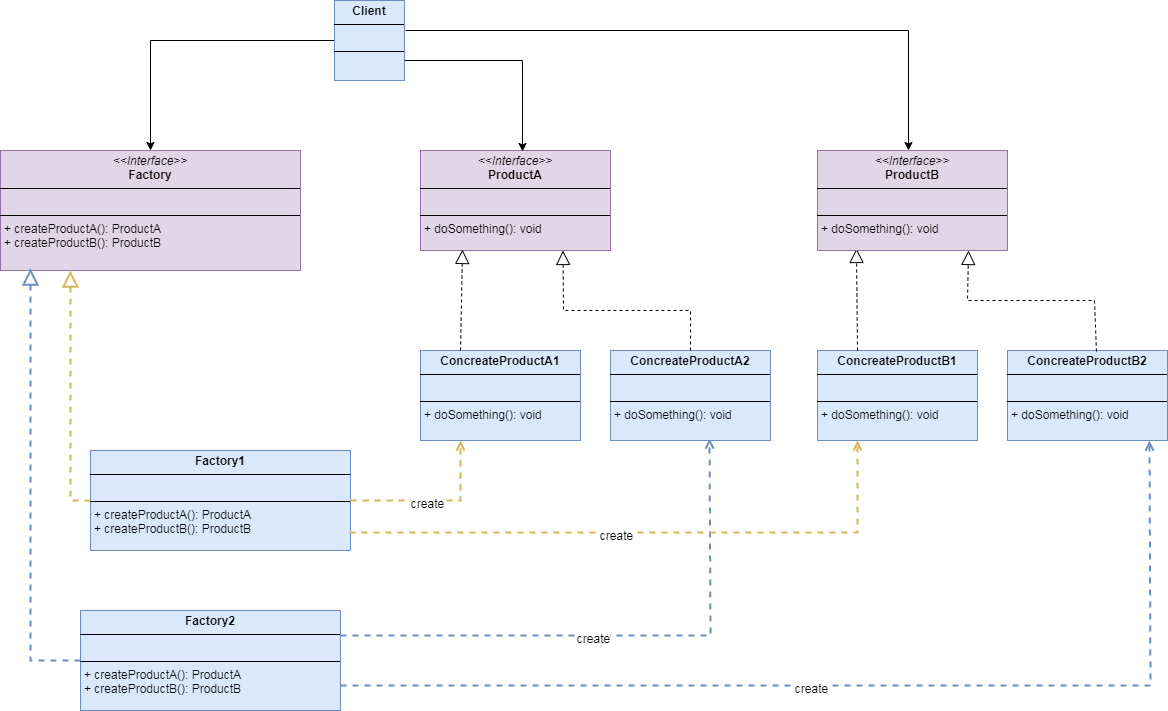
sustamp/sustamp.github.io keeps this draw.io diagram as assets/pictures/design-patterns/Pattern-Abstract-Factory.drawio.png. Above is the earlier version. Source tidied: cells renumbered, new cells last; positions are measured from the earlier drawing's top-left corner, leaving out a move shared by most shapes.
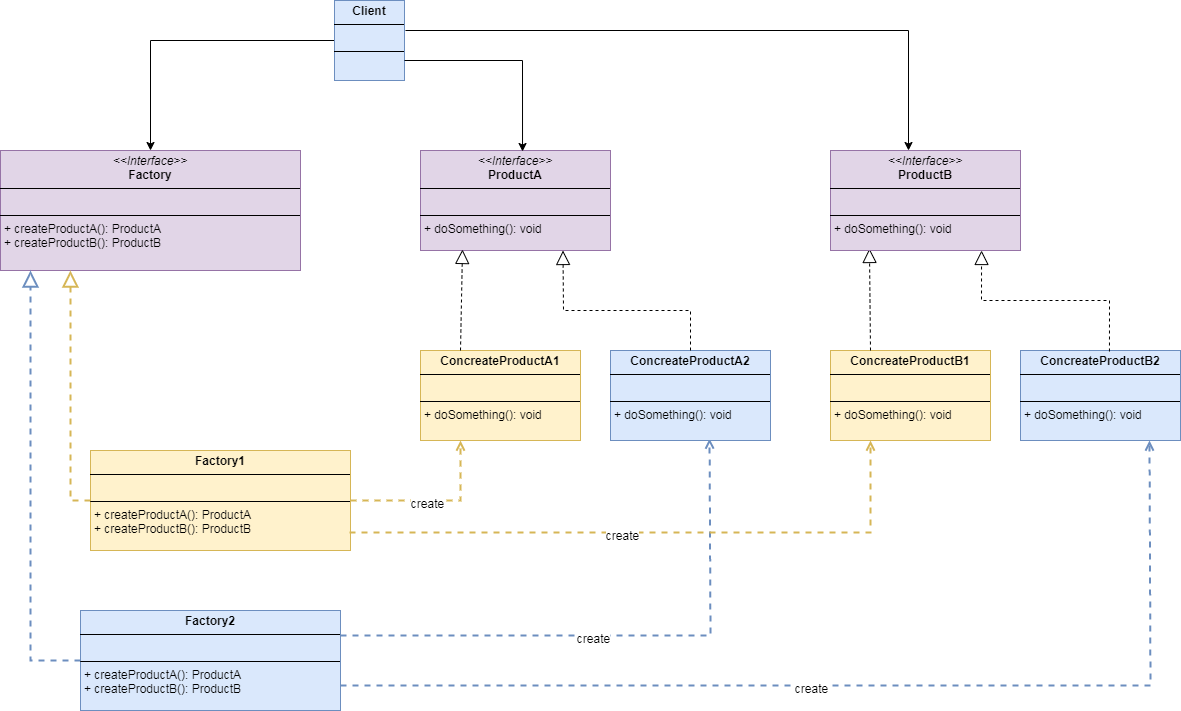
Above is the later version.

Commit message:
上传设计模式类图

Change to the diagram source:
```diff
@@ -5,16 +5,16 @@
     <mxCell id="2" value="&lt;p style=&quot;margin:0px;margin-top:4px;text-align:center;&quot;&gt;&lt;i&gt;&amp;lt;&amp;lt;Interface&amp;gt;&amp;gt;&lt;/i&gt;&lt;br&gt;&lt;b&gt;ProductA&lt;/b&gt;&lt;/p&gt;&lt;hr size=&quot;1&quot; style=&quot;border-style:solid;&quot;&gt;&lt;p style=&quot;margin:0px;margin-left:4px;&quot;&gt;&lt;br&gt;&lt;/p&gt;&lt;hr size=&quot;1&quot; style=&quot;border-style:solid;&quot;&gt;&lt;p style=&quot;margin:0px;margin-left:4px;&quot;&gt;+ doSomething(): void&lt;br&gt;&lt;/p&gt;" style="verticalAlign=top;align=left;overflow=fill;html=1;whiteSpace=wrap;fillColor=#e1d5e7;strokeColor=#9673a6;" parent="1" vertex="1">
       <mxGeometry x="420" y="150" width="190" height="100" as="geometry" />
     </mxCell>
-    <mxCell id="3" value="&lt;p style=&quot;margin:0px;margin-top:4px;text-align:center;&quot;&gt;&lt;b&gt;ConcreateProductA1&lt;/b&gt;&lt;br&gt;&lt;/p&gt;&lt;hr size=&quot;1&quot; style=&quot;border-style:solid;&quot;&gt;&lt;p style=&quot;margin:0px;margin-left:4px;&quot;&gt;&lt;br&gt;&lt;/p&gt;&lt;hr size=&quot;1&quot; style=&quot;border-style:solid;&quot;&gt;&lt;p style=&quot;margin: 0px 0px 0px 4px;&quot;&gt;&lt;span style=&quot;background-color: initial;&quot;&gt;+ doSomething(): void&lt;/span&gt;&lt;br&gt;&lt;/p&gt;" style="verticalAlign=top;align=left;overflow=fill;html=1;whiteSpace=wrap;fillColor=#dae8fc;strokeColor=#6c8ebf;" parent="1" vertex="1">
+    <mxCell id="3" value="&lt;p style=&quot;margin:0px;margin-top:4px;text-align:center;&quot;&gt;&lt;b&gt;ConcreateProductA1&lt;/b&gt;&lt;br&gt;&lt;/p&gt;&lt;hr size=&quot;1&quot; style=&quot;border-style:solid;&quot;&gt;&lt;p style=&quot;margin:0px;margin-left:4px;&quot;&gt;&lt;br&gt;&lt;/p&gt;&lt;hr size=&quot;1&quot; style=&quot;border-style:solid;&quot;&gt;&lt;p style=&quot;margin: 0px 0px 0px 4px;&quot;&gt;&lt;span style=&quot;background-color: initial;&quot;&gt;+ doSomething(): void&lt;/span&gt;&lt;br&gt;&lt;/p&gt;" style="verticalAlign=top;align=left;overflow=fill;html=1;whiteSpace=wrap;fillColor=#fff2cc;strokeColor=#d6b656;" parent="1" vertex="1">
       <mxGeometry x="420" y="350" width="160" height="90" as="geometry" />
     </mxCell>
-    <mxCell id="4" value="&lt;p style=&quot;margin: 4px 0px 0px; text-align: center;&quot;&gt;&lt;b&gt;ConcreateProductB1&lt;/b&gt;&lt;/p&gt;&lt;hr size=&quot;1&quot; style=&quot;border-style:solid;&quot;&gt;&lt;p style=&quot;margin:0px;margin-left:4px;&quot;&gt;&lt;br&gt;&lt;/p&gt;&lt;hr size=&quot;1&quot; style=&quot;border-style:solid;&quot;&gt;&lt;p style=&quot;margin:0px;margin-left:4px;&quot;&gt;+ doSomething(): void&lt;br&gt;&lt;/p&gt;" style="verticalAlign=top;align=left;overflow=fill;html=1;whiteSpace=wrap;fillColor=#dae8fc;strokeColor=#6c8ebf;" parent="1" vertex="1">
-      <mxGeometry x="817" y="350" width="160" height="90" as="geometry" />
+    <mxCell id="4" value="&lt;p style=&quot;margin: 4px 0px 0px; text-align: center;&quot;&gt;&lt;b&gt;ConcreateProductB1&lt;/b&gt;&lt;/p&gt;&lt;hr size=&quot;1&quot; style=&quot;border-style:solid;&quot;&gt;&lt;p style=&quot;margin:0px;margin-left:4px;&quot;&gt;&lt;br&gt;&lt;/p&gt;&lt;hr size=&quot;1&quot; style=&quot;border-style:solid;&quot;&gt;&lt;p style=&quot;margin:0px;margin-left:4px;&quot;&gt;+ doSomething(): void&lt;br&gt;&lt;/p&gt;" style="verticalAlign=top;align=left;overflow=fill;html=1;whiteSpace=wrap;fillColor=#fff2cc;strokeColor=#d6b656;" parent="1" vertex="1">
+      <mxGeometry x="830" y="350" width="160" height="90" as="geometry" />
     </mxCell>
     <mxCell id="5" style="endArrow=block;dashed=1;endFill=0;endSize=12;html=1;rounded=0;entryX=0.221;entryY=0.99;entryDx=0;entryDy=0;exitX=0.25;exitY=0;exitDx=0;exitDy=0;strokeWidth=1;entryPerimeter=0;" parent="1" edge="1" source="3" target="2">
       <mxGeometry relative="1" as="geometry" />
     </mxCell>
-    <mxCell id="6" value="&lt;p style=&quot;margin: 4px 0px 0px; text-align: center;&quot;&gt;&lt;b&gt;Factory1&lt;/b&gt;&lt;/p&gt;&lt;hr size=&quot;1&quot; style=&quot;border-style:solid;&quot;&gt;&lt;p style=&quot;margin:0px;margin-left:4px;&quot;&gt;&lt;br&gt;&lt;/p&gt;&lt;hr size=&quot;1&quot; style=&quot;border-style:solid;&quot;&gt;&lt;p style=&quot;margin: 0px 0px 0px 4px;&quot;&gt;+ createProductA(): ProductA&lt;br&gt;&lt;/p&gt;&lt;p style=&quot;margin: 0px 0px 0px 4px;&quot;&gt;+ createProductB(): ProductB&lt;/p&gt;" style="verticalAlign=top;align=left;overflow=fill;html=1;whiteSpace=wrap;fillColor=#dae8fc;strokeColor=#6c8ebf;" parent="1" vertex="1">
+    <mxCell id="6" value="&lt;p style=&quot;margin: 4px 0px 0px; text-align: center;&quot;&gt;&lt;b&gt;Factory1&lt;/b&gt;&lt;/p&gt;&lt;hr size=&quot;1&quot; style=&quot;border-style:solid;&quot;&gt;&lt;p style=&quot;margin:0px;margin-left:4px;&quot;&gt;&lt;br&gt;&lt;/p&gt;&lt;hr size=&quot;1&quot; style=&quot;border-style:solid;&quot;&gt;&lt;p style=&quot;margin: 0px 0px 0px 4px;&quot;&gt;+ createProductA(): ProductA&lt;br&gt;&lt;/p&gt;&lt;p style=&quot;margin: 0px 0px 0px 4px;&quot;&gt;+ createProductB(): ProductB&lt;/p&gt;" style="verticalAlign=top;align=left;overflow=fill;html=1;whiteSpace=wrap;fillColor=#fff2cc;strokeColor=#d6b656;" parent="1" vertex="1">
       <mxGeometry x="90" y="450" width="260" height="100" as="geometry" />
     </mxCell>
     <mxCell id="7" value="&lt;p style=&quot;margin:0px;margin-top:4px;text-align:center;&quot;&gt;&lt;i&gt;&amp;lt;&amp;lt;Interface&amp;gt;&amp;gt;&lt;/i&gt;&lt;br&gt;&lt;b&gt;Factory&lt;/b&gt;&lt;/p&gt;&lt;hr size=&quot;1&quot; style=&quot;border-style:solid;&quot;&gt;&lt;p style=&quot;margin:0px;margin-left:4px;&quot;&gt;&lt;br&gt;&lt;/p&gt;&lt;hr size=&quot;1&quot; style=&quot;border-style:solid;&quot;&gt;&lt;p style=&quot;margin:0px;margin-left:4px;&quot;&gt;+ createProductA(): ProductA&lt;br&gt;&lt;/p&gt;&lt;p style=&quot;margin:0px;margin-left:4px;&quot;&gt;+ createProductB(): ProductB&lt;/p&gt;" style="verticalAlign=top;align=left;overflow=fill;html=1;whiteSpace=wrap;fillColor=#e1d5e7;strokeColor=#9673a6;" parent="1" vertex="1">
@@ -31,12 +31,10 @@
         </Array>
       </mxGeometry>
     </mxCell>
-    <mxCell id="10" style="endArrow=block;dashed=1;endFill=0;endSize=12;html=1;rounded=0;exitX=0;exitY=0.5;exitDx=0;exitDy=0;fillColor=#dae8fc;strokeColor=#6c8ebf;strokeWidth=2;" parent="1" edge="1" source="8">
+    <mxCell id="10" style="endArrow=block;dashed=1;endFill=0;endSize=12;html=1;rounded=0;exitX=0;exitY=0.5;exitDx=0;exitDy=0;fillColor=#dae8fc;strokeColor=#6c8ebf;strokeWidth=2;entryX=0.1;entryY=1;entryDx=0;entryDy=0;entryPerimeter=0;" parent="1" edge="1" source="8" target="7">
       <mxGeometry relative="1" as="geometry">
-        <mxPoint x="30" y="268" as="targetPoint" />
         <Array as="points">
           <mxPoint x="30" y="660" />
-          <mxPoint x="30" y="290" />
         </Array>
       </mxGeometry>
     </mxCell>
@@ -92,7 +90,7 @@
       <mxGeometry x="610" y="350" width="160" height="90" as="geometry" />
     </mxCell>
     <mxCell id="21" value="&lt;p style=&quot;margin: 4px 0px 0px; text-align: center;&quot;&gt;&lt;b&gt;ConcreateProductB2&lt;/b&gt;&lt;/p&gt;&lt;hr size=&quot;1&quot; style=&quot;border-style:solid;&quot;&gt;&lt;p style=&quot;margin:0px;margin-left:4px;&quot;&gt;&lt;br&gt;&lt;/p&gt;&lt;hr size=&quot;1&quot; style=&quot;border-style:solid;&quot;&gt;&lt;p style=&quot;margin:0px;margin-left:4px;&quot;&gt;+ doSomething(): void&lt;br&gt;&lt;/p&gt;" style="verticalAlign=top;align=left;overflow=fill;html=1;whiteSpace=wrap;fillColor=#dae8fc;strokeColor=#6c8ebf;" parent="1" vertex="1">
-      <mxGeometry x="1007" y="350" width="160" height="90" as="geometry" />
+      <mxGeometry x="1020" y="350" width="160" height="90" as="geometry" />
     </mxCell>
     <mxCell id="22" style="endArrow=block;dashed=1;endFill=0;endSize=12;html=1;rounded=0;entryX=0.75;entryY=1;entryDx=0;entryDy=0;exitX=0.5;exitY=0;exitDx=0;exitDy=0;" parent="1" edge="1" source="20" target="2">
       <mxGeometry relative="1" as="geometry">
@@ -110,18 +108,18 @@
     <mxCell id="24" style="endArrow=block;dashed=1;endFill=0;endSize=12;html=1;rounded=0;exitX=0.556;exitY=0.011;exitDx=0;exitDy=0;exitPerimeter=0;entryX=0.795;entryY=1;entryDx=0;entryDy=0;entryPerimeter=0;" parent="1" edge="1" source="21" target="25">
       <mxGeometry relative="1" as="geometry">
         <Array as="points">
-          <mxPoint x="1094" y="300" />
-          <mxPoint x="967" y="300" />
+          <mxPoint x="1109" y="300" />
+          <mxPoint x="981" y="300" />
         </Array>
       </mxGeometry>
     </mxCell>
     <mxCell id="25" value="&lt;p style=&quot;margin:0px;margin-top:4px;text-align:center;&quot;&gt;&lt;i&gt;&amp;lt;&amp;lt;Interface&amp;gt;&amp;gt;&lt;/i&gt;&lt;br&gt;&lt;b&gt;ProductB&lt;/b&gt;&lt;/p&gt;&lt;hr size=&quot;1&quot; style=&quot;border-style:solid;&quot;&gt;&lt;p style=&quot;margin:0px;margin-left:4px;&quot;&gt;&lt;br&gt;&lt;/p&gt;&lt;hr size=&quot;1&quot; style=&quot;border-style:solid;&quot;&gt;&lt;p style=&quot;margin:0px;margin-left:4px;&quot;&gt;+ doSomething(): void&lt;br&gt;&lt;/p&gt;" style="verticalAlign=top;align=left;overflow=fill;html=1;whiteSpace=wrap;fillColor=#e1d5e7;strokeColor=#9673a6;" parent="1" vertex="1">
-      <mxGeometry x="817" y="150" width="190" height="100" as="geometry" />
+      <mxGeometry x="830" y="150" width="190" height="100" as="geometry" />
     </mxCell>
     <mxCell id="26" style="html=1;verticalAlign=bottom;labelBackgroundColor=none;endArrow=open;endFill=0;dashed=1;rounded=0;exitX=0.996;exitY=0.82;exitDx=0;exitDy=0;entryX=0.25;entryY=1;entryDx=0;entryDy=0;exitPerimeter=0;fillColor=#fff2cc;strokeColor=#d6b656;strokeWidth=2;" parent="1" edge="1" source="6" target="4">
       <mxGeometry relative="1" as="geometry">
         <Array as="points">
-          <mxPoint x="857" y="532" />
+          <mxPoint x="870" y="532" />
         </Array>
       </mxGeometry>
     </mxCell>
```
